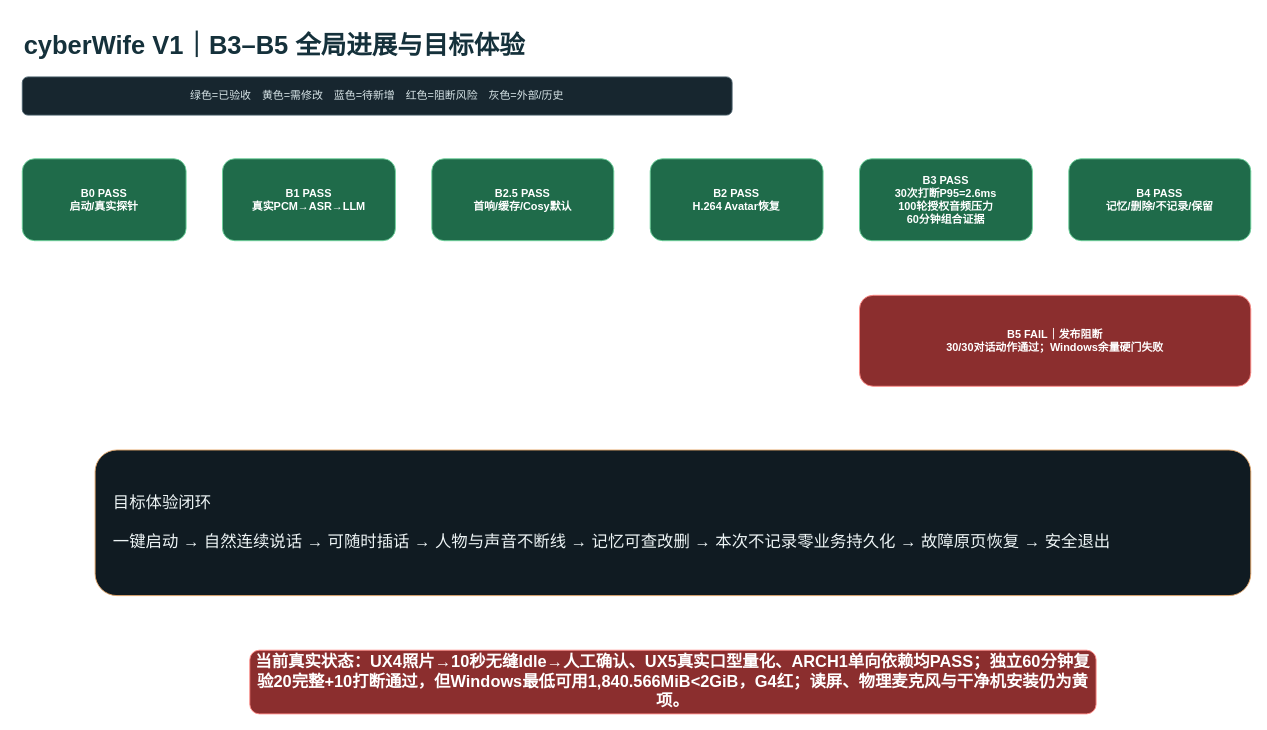
Before: page "01-全局进展与目标体验" (1 of 8) of docs/cyberWife-b3-b5-delivery-gap.drawio in ljx418/cyberWife, a draw.io diagram. Source tidied: cells renumbered, new cells numbered last; positions are measured from the earlier drawing's top-left corner, leaving out a move shared by most shapes. Both pictures are drawn from the tidied source at 91%, with x=0, y=0 at pixel (22, 22).
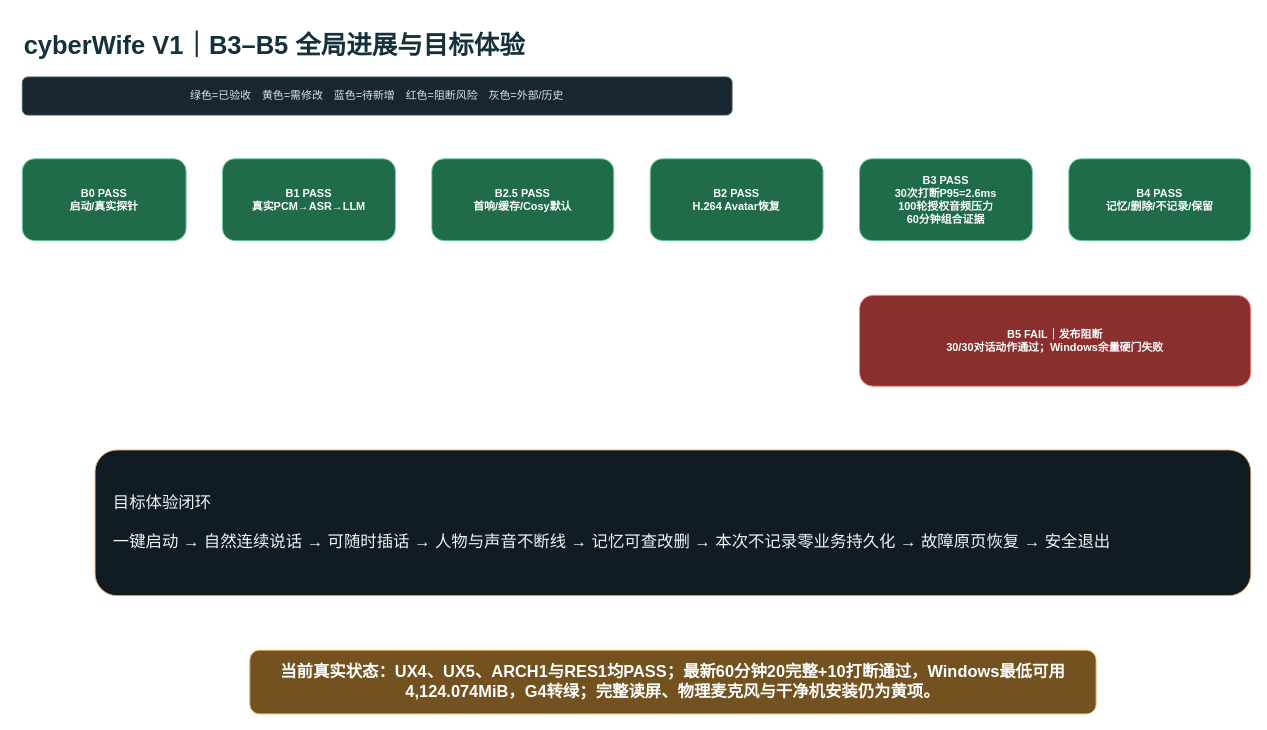
The same page after the edit.

The edit, as a diff of the source:
```diff
@@
 <mxGraphModel>
   <root>
     <mxCell id="0" />
     <mxCell id="1" parent="0" />
     <mxCell id="2" value="cyberWife V1｜B3–B5 全局进展与目标体验" style="text;html=1;fontSize=28;fontStyle=1;align=left;verticalAlign=middle;fontColor=#15313B;" parent="1" vertex="1">
       <mxGeometry width="1100" height="50" as="geometry" />
     </mxCell>
     <mxCell id="3" value="绿色=已验收　黄色=需修改　蓝色=待新增　红色=阻断风险　灰色=外部/历史" style="rounded=1;html=1;whiteSpace=wrap;fillColor=#17262F;strokeColor=#49606C;fontColor=#D8E5E8;" parent="1" vertex="1">
       <mxGeometry y="60" width="780" height="42" as="geometry" />
     </mxCell>
     <mxCell id="4" value="B0 PASS&#10;启动/真实探针" style="rounded=1;html=1;whiteSpace=wrap;fillColor=#1F6B4A;strokeColor=#6ED39C;fontColor=#FFFFFF;fontStyle=1;" parent="1" vertex="1">
       <mxGeometry y="150" width="180" height="90" as="geometry" />
     </mxCell>
     <mxCell id="5" value="B1 PASS&#10;真实PCM→ASR→LLM" style="rounded=1;html=1;whiteSpace=wrap;fillColor=#1F6B4A;strokeColor=#6ED39C;fontColor=#FFFFFF;fontStyle=1;" parent="1" vertex="1">
       <mxGeometry x="220" y="150" width="190" height="90" as="geometry" />
     </mxCell>
     <mxCell id="6" value="B2.5 PASS&#10;首响/缓存/Cosy默认" style="rounded=1;html=1;whiteSpace=wrap;fillColor=#1F6B4A;strokeColor=#6ED39C;fontColor=#FFFFFF;fontStyle=1;" parent="1" vertex="1">
       <mxGeometry x="450" y="150" width="200" height="90" as="geometry" />
     </mxCell>
     <mxCell id="7" value="B2 PASS&#10;H.264 Avatar恢复" style="rounded=1;html=1;whiteSpace=wrap;fillColor=#1F6B4A;strokeColor=#6ED39C;fontColor=#FFFFFF;fontStyle=1;" parent="1" vertex="1">
       <mxGeometry x="690" y="150" width="190" height="90" as="geometry" />
     </mxCell>
     <mxCell id="8" value="B3 PASS&#10;30次打断P95=2.6ms&#10;100轮授权音频压力&#10;60分钟组合证据" style="rounded=1;html=1;whiteSpace=wrap;fillColor=#1F6B4A;strokeColor=#6ED39C;fontColor=#FFFFFF;fontStyle=1;" parent="1" vertex="1">
       <mxGeometry x="920" y="150" width="190" height="90" as="geometry" />
     </mxCell>
     <mxCell id="9" value="B4 PASS&#10;记忆/删除/不记录/保留" style="rounded=1;html=1;whiteSpace=wrap;fillColor=#1F6B4A;strokeColor=#6ED39C;fontColor=#FFFFFF;fontStyle=1;" parent="1" vertex="1">
       <mxGeometry x="1150" y="150" width="200" height="90" as="geometry" />
     </mxCell>
     <mxCell id="10" value="B5 FAIL｜发布阻断&#10;30/30对话动作通过；Windows余量硬门失败" style="rounded=1;html=1;whiteSpace=wrap;fillColor=#8B2E2E;strokeColor=#FF8C87;fontColor=#FFFFFF;fontStyle=1;" parent="1" vertex="1">
       <mxGeometry x="920" y="300" width="430" height="100" as="geometry" />
     </mxCell>
     <mxCell id="11" value="目标体验闭环&#10;&#10;一键启动 → 自然连续说话 → 可随时插话 → 人物与声音不断线 → 记忆可查改删 → 本次不记录零业务持久化 → 故障原页恢复 → 安全退出" style="rounded=1;html=1;whiteSpace=wrap;fillColor=#101B22;strokeColor=#E4A668;fontColor=#EDF4F5;fontSize=18;align=left;spacing=20;" parent="1" vertex="1">
       <mxGeometry x="80" y="470" width="1270" height="160" as="geometry" />
     </mxCell>
-    <mxCell id="12" value="当前真实状态：UX4照片→10秒无缝Idle→人工确认、UX5真实口型量化、ARCH1单向依赖均PASS；独立60分钟复验20完整+10打断通过，但Windows最低可用1,840.566MiB&lt;2GiB，G4红；读屏、物理麦克风与干净机安装仍为黄项。" style="rounded=1;html=1;whiteSpace=wrap;fillColor=#8B2E2E;strokeColor=#FF8C87;fontColor=#FFFFFF;fontStyle=1;fontSize=18;" parent="1" vertex="1">
+    <mxCell id="12" value="当前真实状态：UX4、UX5、ARCH1与RES1均PASS；最新60分钟20完整+10打断通过，Windows最低可用4,124.074MiB，G4转绿；完整读屏、物理麦克风与干净机安装仍为黄项。" style="rounded=1;html=1;whiteSpace=wrap;fillColor=#73521F;strokeColor=#F2BD6B;fontColor=#FFFFFF;fontStyle=1;fontSize=18;" parent="1" vertex="1">
       <mxGeometry x="250" y="690" width="930" height="70" as="geometry" />
     </mxCell>
     <mxCell id="13" style="edgeStyle=orthogonalEdgeStyle;strokeColor=#8AA0A9;endArrow=block;" parent="1" edge="1" source="4" target="5" />
     <mxCell id="14" style="edgeStyle=orthogonalEdgeStyle;strokeColor=#8AA0A9;endArrow=block;" parent="1" edge="1" source="5" target="6" />
     <mxCell id="15" style="edgeStyle=orthogonalEdgeStyle;strokeColor=#8AA0A9;endArrow=block;" parent="1" edge="1" source="6" target="7" />
     <mxCell id="16" style="edgeStyle=orthogonalEdgeStyle;strokeColor=#8AA0A9;endArrow=block;" parent="1" edge="1" source="7" target="8" />
     <mxCell id="17" style="edgeStyle=orthogonalEdgeStyle;strokeColor=#8AA0A9;endArrow=block;" parent="1" edge="1" source="8" target="9" />
     <mxCell id="18" style="edgeStyle=orthogonalEdgeStyle;strokeColor=#8AA0A9;endArrow=block;" parent="1" edge="1" source="9" target="10" />
   </root>
 </mxGraphModel>
```
